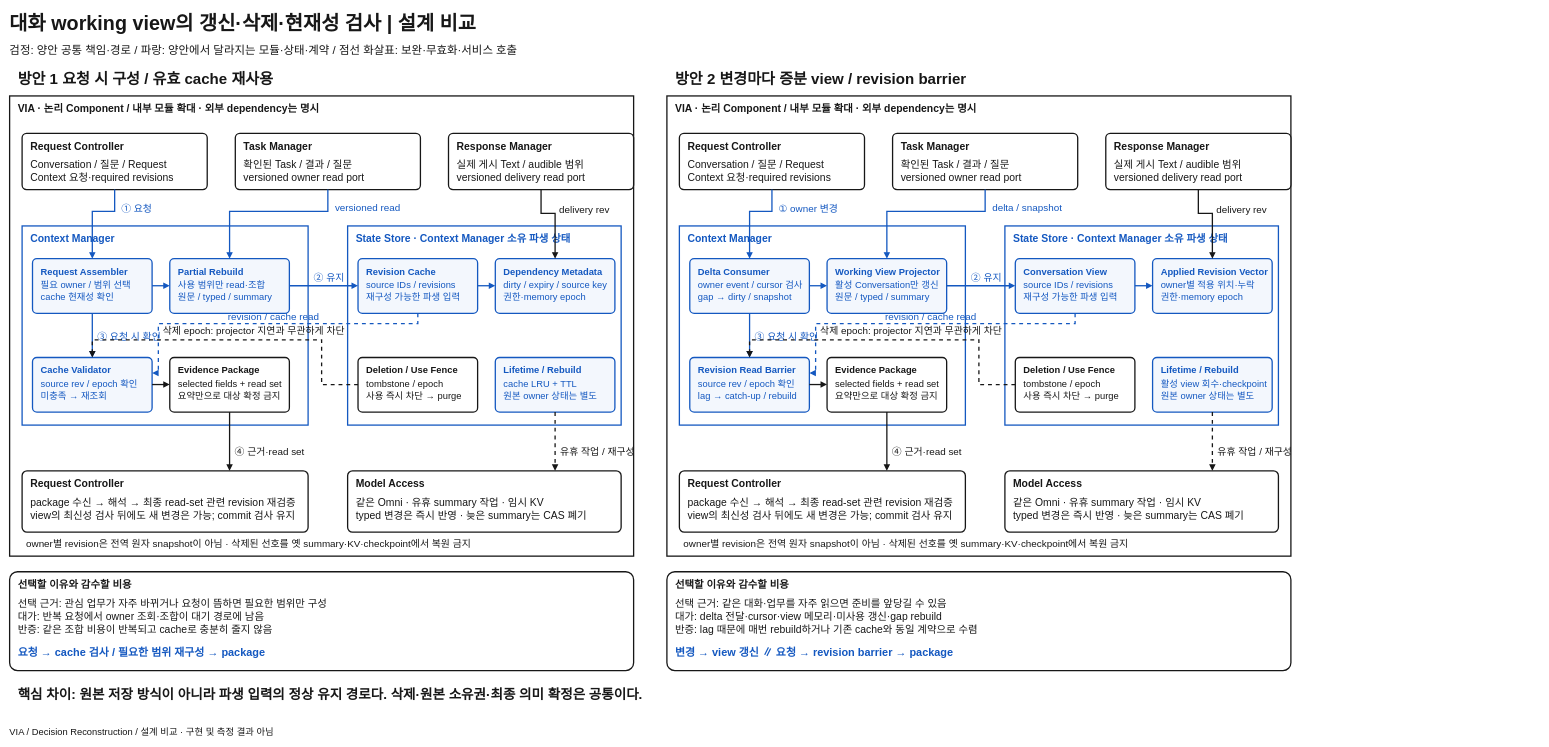
This is docs/architecture/12-decisions/decision-packages/diagrams/conversation-context-maintenance-comparison.drawio from cbyche/via-sw-architecture, a draw.io file, before an edit. Source tidied: cells renumbered, new cells numbered last; positions are measured from the earlier drawing's top-left corner, leaving out a move shared by most shapes. Both pictures are drawn from the tidied source at 52%, with x=0, y=0 at pixel (9, 9).
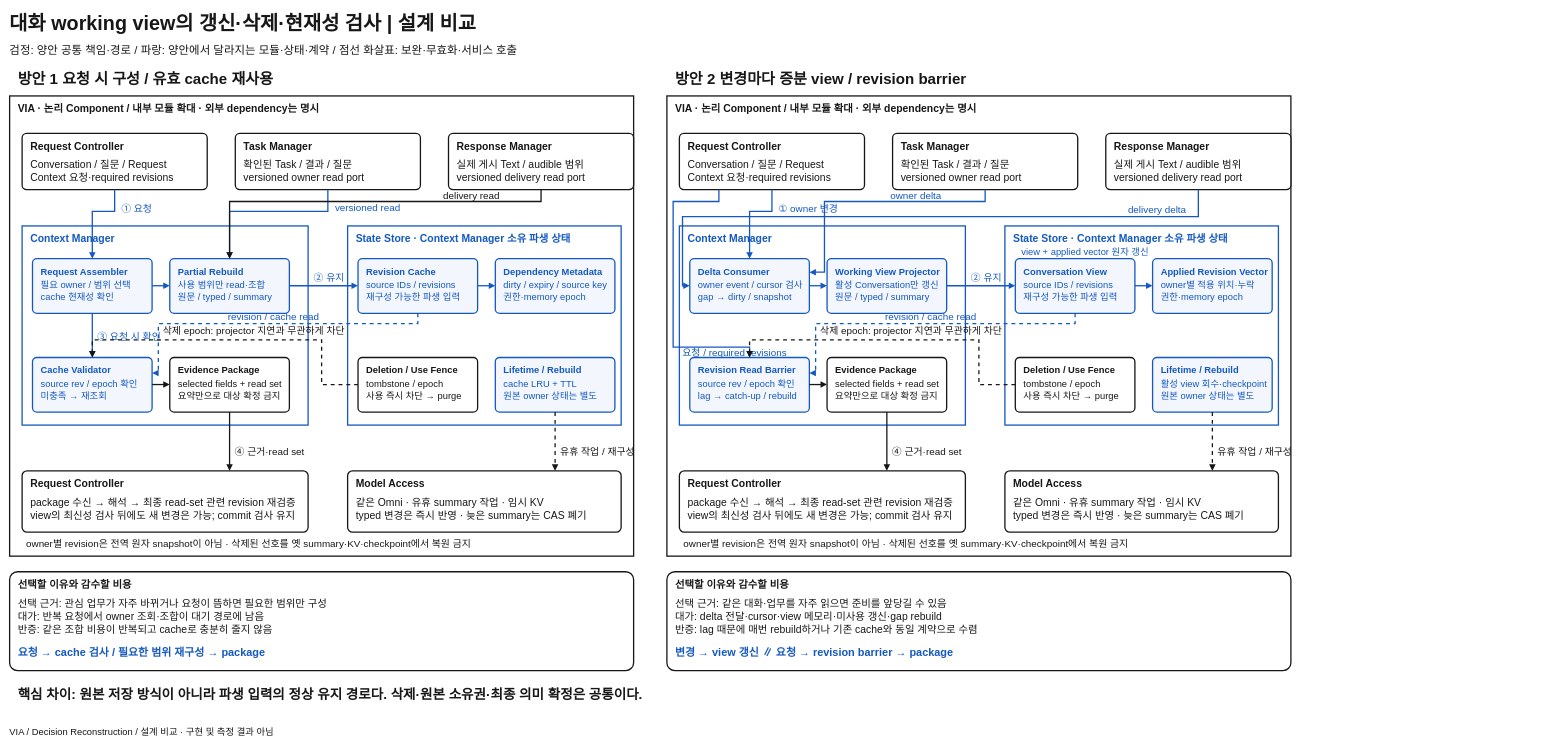
The same diagram, later.

The change refers to these unchanged cells:
```xml
<mxCell id="54" style="rounded=1;arcSize=8;html=1;fillColor=#FFFFFF;strokeColor=#171717;strokeWidth=2.5;" parent="2" vertex="1">
  <mxGeometry x="844" y="72" width="356" height="108" as="geometry" />
</mxCell>
<mxCell id="59" style="rounded=1;arcSize=8;html=1;fillColor=#FFFFFF;strokeColor=#171717;strokeWidth=2.5;" parent="4" vertex="1">
  <mxGeometry x="24" y="72" width="356" height="108" as="geometry" />
</mxCell>
<mxCell id="64" style="rounded=1;arcSize=8;html=1;fillColor=#FFFFFF;strokeColor=#171717;strokeWidth=2.5;" parent="4" vertex="1">
  <mxGeometry x="434" y="72" width="356" height="108" as="geometry" />
</mxCell>
<mxCell id="69" style="rounded=1;arcSize=8;html=1;fillColor=#FFFFFF;strokeColor=#171717;strokeWidth=2.5;" parent="4" vertex="1">
  <mxGeometry x="844" y="72" width="356" height="108" as="geometry" />
</mxCell>
<mxCell id="78" style="rounded=1;arcSize=8;html=1;fillColor=#F3F7FD;strokeColor=#1458C0;strokeWidth=2.5;" parent="16" vertex="1">
  <mxGeometry x="284" y="63" width="230" height="105" as="geometry" />
</mxCell>
<mxCell id="94" style="rounded=1;arcSize=8;html=1;fillColor=#F3F7FD;strokeColor=#1458C0;strokeWidth=2.5;" parent="20" vertex="1">
  <mxGeometry x="284" y="63" width="230" height="105" as="geometry" />
</mxCell>
<mxCell id="106" style="rounded=1;arcSize=8;html=1;fillColor=#F3F7FD;strokeColor=#1458C0;strokeWidth=2.5;" parent="18" vertex="1">
  <mxGeometry x="20" y="63" width="230" height="105" as="geometry" />
</mxCell>
<mxCell id="110" style="rounded=1;arcSize=8;html=1;fillColor=#F3F7FD;strokeColor=#1458C0;strokeWidth=2.5;" parent="18" vertex="1">
  <mxGeometry x="284" y="63" width="230" height="105" as="geometry" />
</mxCell>
<mxCell id="114" style="rounded=1;arcSize=8;html=1;fillColor=#F3F7FD;strokeColor=#1458C0;strokeWidth=2.5;" parent="18" vertex="1">
  <mxGeometry x="20" y="253" width="230" height="105" as="geometry" />
</mxCell>
<mxCell id="126" style="rounded=1;arcSize=8;html=1;fillColor=#F3F7FD;strokeColor=#1458C0;strokeWidth=2.5;" parent="22" vertex="1">
  <mxGeometry x="284" y="63" width="230" height="105" as="geometry" />
</mxCell>
```

What changed in the source:
```diff
@@
-    <mxCell id="142" style="endArrow=block;endFill=1;strokeColor=#171717;strokeWidth=2.5;rounded=0;noEdgeStyle=1;exitX=0.5;exitY=1.0;exitPerimeter=0;entryX=0.5;entryY=0.0;entryPerimeter=0;" parent="1" edge="1" source="54" target="94">
+    <mxCell id="142" style="endArrow=block;endFill=1;strokeColor=#171717;strokeWidth=2.5;rounded=0;noEdgeStyle=1;exitX=0.5;exitY=1.0;exitPerimeter=0;entryX=0.5;entryY=0.0;entryPerimeter=0;" parent="1" edge="1" source="54" target="78">
       <mxGeometry relative="1" as="geometry">
         <Array as="points">
-          <mxPoint x="1022" y="393" />
-          <mxPoint x="1049" y="393" />
+          <mxPoint x="1022" y="370" />
+          <mxPoint x="423" y="370" />
         </Array>
       </mxGeometry>
     </mxCell>
-    <mxCell id="143" value="delivery rev" style="text;html=1;whiteSpace=nowrap;overflow=visible;strokeColor=none;fillColor=none;fontColor=#171717;fontSize=19;fontStyle=0;fontFamily=Arial;align=left;verticalAlign=top;spacing=0;" parent="1" vertex="1">
-      <mxGeometry x="1057" y="370" width="620" height="26" as="geometry" />
+    <mxCell id="143" value="delivery read" style="text;html=1;whiteSpace=nowrap;overflow=visible;strokeColor=none;fillColor=none;fontColor=#171717;fontSize=19;fontStyle=0;fontFamily=Arial;align=left;verticalAlign=top;spacing=0;" parent="1" vertex="1">
+      <mxGeometry x="834" y="344" width="620" height="26" as="geometry" />
     </mxCell>
@@
-    <mxCell id="161" style="endArrow=block;endFill=1;strokeColor=#1458C0;strokeWidth=2.5;rounded=0;noEdgeStyle=1;exitX=0.5;exitY=1.0;exitPerimeter=0;entryX=0.5;entryY=0.0;entryPerimeter=0;" parent="1" edge="1" source="64" target="110">
+    <mxCell id="161" style="endArrow=block;endFill=1;strokeColor=#1458C0;strokeWidth=2.5;rounded=0;noEdgeStyle=1;exitX=0.5;exitY=1.0;exitPerimeter=0;entryX=1.0;entryY=0.24761904761904763;entryPerimeter=0;" parent="1" edge="1" source="64" target="106">
       <mxGeometry relative="1" as="geometry">
         <Array as="points">
-          <mxPoint x="1876" y="389" />
-          <mxPoint x="1687" y="389" />
+          <mxPoint x="1876" y="370" />
+          <mxPoint x="1567" y="370" />
+          <mxPoint x="1567" y="506" />
         </Array>
       </mxGeometry>
     </mxCell>
-    <mxCell id="162" value="delta / snapshot" style="text;html=1;whiteSpace=nowrap;overflow=visible;strokeColor=none;fillColor=none;fontColor=#1458C0;fontSize=19;fontStyle=0;fontFamily=Arial;align=left;verticalAlign=top;spacing=0;" parent="1" vertex="1">
-      <mxGeometry x="1890" y="366" width="620" height="26" as="geometry" />
+    <mxCell id="162" value="owner delta" style="text;html=1;whiteSpace=nowrap;overflow=visible;strokeColor=none;fillColor=none;fontColor=#1458C0;fontSize=19;fontStyle=0;fontFamily=Arial;align=left;verticalAlign=top;spacing=0;" parent="1" vertex="1">
+      <mxGeometry x="1694" y="344" width="620" height="26" as="geometry" />
     </mxCell>
-    <mxCell id="163" style="endArrow=block;endFill=1;strokeColor=#171717;strokeWidth=2.5;rounded=0;noEdgeStyle=1;exitX=0.5;exitY=1.0;exitPerimeter=0;entryX=0.5;entryY=0.0;entryPerimeter=0;" parent="1" edge="1" source="69" target="126">
+    <mxCell id="163" style="endArrow=block;endFill=1;strokeColor=#1458C0;strokeWidth=2.5;rounded=0;noEdgeStyle=1;exitX=0.5;exitY=1.0;exitPerimeter=0;entryX=0.0;entryY=0.49523809523809526;entryPerimeter=0;" parent="1" edge="1" source="69" target="106">
       <mxGeometry relative="1" as="geometry">
         <Array as="points">
-          <mxPoint x="2286" y="393" />
-          <mxPoint x="2313" y="393" />
+          <mxPoint x="2286" y="399" />
+          <mxPoint x="1294" y="399" />
+          <mxPoint x="1294" y="532" />
         </Array>
       </mxGeometry>
     </mxCell>
-    <mxCell id="164" value="delivery rev" style="text;html=1;whiteSpace=nowrap;overflow=visible;strokeColor=none;fillColor=none;fontColor=#171717;fontSize=19;fontStyle=0;fontFamily=Arial;align=left;verticalAlign=top;spacing=0;" parent="1" vertex="1">
-      <mxGeometry x="2321" y="370" width="620" height="26" as="geometry" />
+    <mxCell id="164" value="delivery delta" style="text;html=1;whiteSpace=nowrap;overflow=visible;strokeColor=none;fillColor=none;fontColor=#1458C0;fontSize=19;fontStyle=0;fontFamily=Arial;align=left;verticalAlign=top;spacing=0;" parent="1" vertex="1">
+      <mxGeometry x="2151" y="371" width="620" height="26" as="geometry" />
     </mxCell>
+    <mxCell id="190" style="endArrow=block;endFill=1;strokeColor=#1458C0;strokeWidth=2.5;rounded=0;noEdgeStyle=1;exitX=0.21348314606741572;exitY=1.0;exitPerimeter=0;entryX=0.5;entryY=0.0;entryPerimeter=0;" parent="1" edge="1" source="59" target="114">
+      <mxGeometry relative="1" as="geometry">
+        <Array as="points">
+          <mxPoint x="1364" y="370" />
+          <mxPoint x="1276" y="370" />
+          <mxPoint x="1276" y="650" />
+          <mxPoint x="1423" y="650" />
+        </Array>
+      </mxGeometry>
+    </mxCell>
+    <mxCell id="191" value="요청 / required revisions" style="text;html=1;whiteSpace=nowrap;overflow=visible;strokeColor=none;fillColor=none;fontColor=#1458C0;fontSize=19;fontStyle=0;fontFamily=Arial;align=left;verticalAlign=top;spacing=0;" parent="1" vertex="1">
+      <mxGeometry x="1294" y="646" width="620" height="26" as="geometry" />
+    </mxCell>
@@
-    <mxCell id="169" style="endArrow=block;endFill=1;strokeColor=#1458C0;strokeWidth=2.5;rounded=0;noEdgeStyle=1;exitX=0.5;exitY=1.0;exitPerimeter=0;entryX=0.5;entryY=0.0;entryPerimeter=0;" parent="1" edge="1" source="106" target="114">
-      <mxGeometry relative="1" as="geometry" />
-    </mxCell>
-    <mxCell id="170" value="③ 요청 시 확인" style="text;html=1;whiteSpace=nowrap;overflow=visible;strokeColor=none;fillColor=none;fontColor=#1458C0;fontSize=19;fontStyle=0;fontFamily=Arial;align=left;verticalAlign=top;spacing=0;" parent="1" vertex="1">
-      <mxGeometry x="1433" y="615" width="620" height="26" as="geometry" />
-    </mxCell>
@@
+    <mxCell id="192" value="view + applied vector 원자 갱신" style="text;html=1;whiteSpace=nowrap;overflow=visible;strokeColor=none;fillColor=none;fontColor=#1458C0;fontSize=18;fontStyle=0;fontFamily=Arial;align=left;verticalAlign=top;spacing=0;" parent="1" vertex="1">
+      <mxGeometry x="1946" y="452" width="546" height="25" as="geometry" />
+    </mxCell>
```
